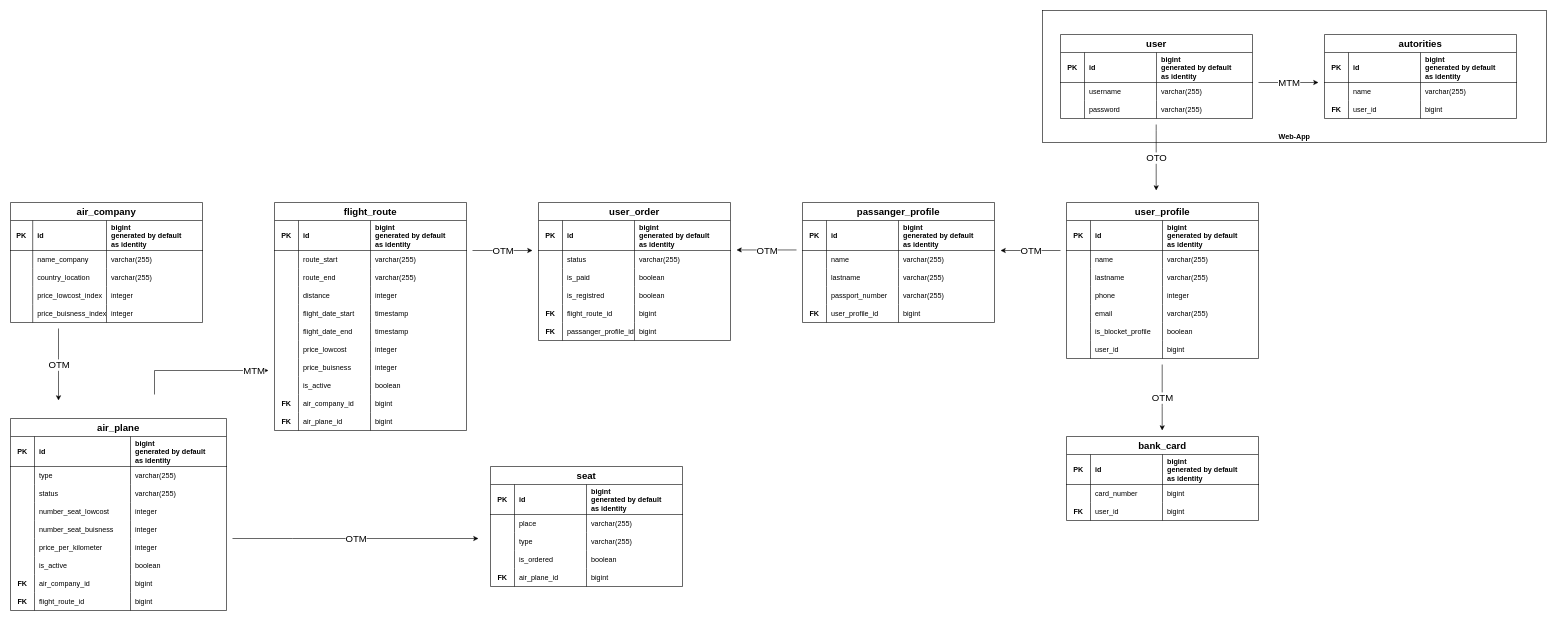
This is Untitled Diagram.drawio from anomalmishka/myProject, a draw.io file, before an edit. Source tidied: cells renumbered, new cells numbered last; positions are measured from the earlier drawing's top-left corner, leaving out a move shared by most shapes. Both pictures are drawn from the tidied source at 60%, with x=0, y=0 at pixel (10, 10).
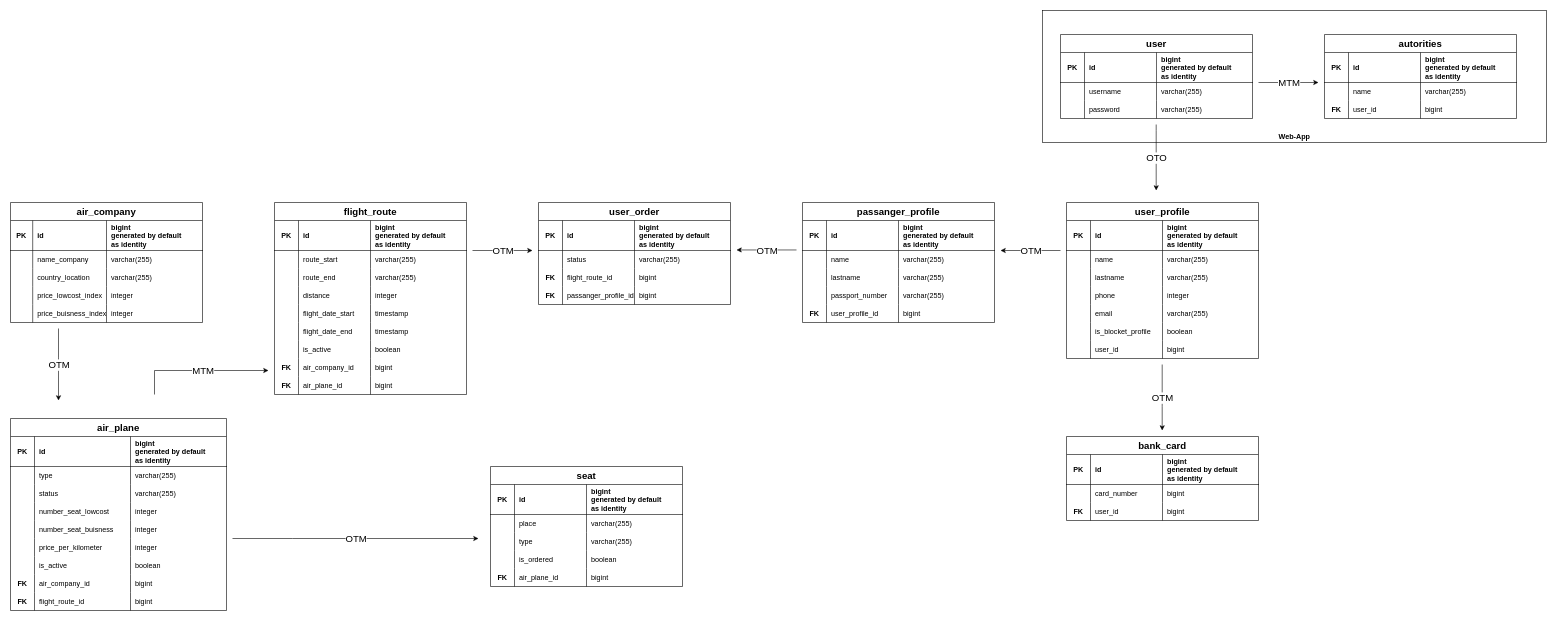
The same diagram, later.

The change refers to these unchanged cells:
```xml
<mxCell id="222" style="endArrow=classic;html=1;rounded=0;fontSize=16;edgeStyle=orthogonalEdgeStyle;" parent="1" edge="1">
  <mxGeometry relative="1" as="geometry">
    <mxPoint x="240" y="640" as="sourcePoint" />
    <mxPoint x="430" y="600" as="targetPoint" />
    <Array as="points">
      <mxPoint x="240" y="600" />
    </Array>
  </mxGeometry>
</mxCell>
```

The edit, as a diff of the source:
```diff
@@
     <mxCell id="105" value="flight_route" style="shape=table;startSize=30;childLayout=tableLayout;rowLines=0;fontStyle=1;align=center;fontSize=16;spacing=2;" parent="1" vertex="1">
-      <mxGeometry x="440" y="320" width="320" height="380" as="geometry" />
+      <mxGeometry x="440" y="320" width="320" height="320" as="geometry" />
     </mxCell>
@@
-    <mxCell id="130" style="shape=partialRectangle;fillColor=none;top=0;left=0;right=0;bottom=0;" parent="105" vertex="1">
-      <mxGeometry y="230" width="320" height="30" as="geometry" />
-    </mxCell>
-    <mxCell id="131" style="shape=partialRectangle;overflow=hidden;fillColor=none;top=0;left=0;bottom=0;right=0;fontStyle=1;" parent="130" vertex="1">
-      <mxGeometry width="40" height="30" as="geometry" />
-    </mxCell>
-    <mxCell id="132" value="price_lowcost" style="shape=partialRectangle;overflow=hidden;fillColor=none;top=0;left=0;bottom=0;right=0;align=left;spacingLeft=6;" parent="130" vertex="1">
-      <mxGeometry x="40" width="120" height="30" as="geometry" />
-    </mxCell>
-    <mxCell id="133" value="integer" style="shape=partialRectangle;overflow=hidden;fillColor=none;top=0;left=0;bottom=0;right=0;align=left;spacingLeft=6;" parent="130" vertex="1">
-      <mxGeometry x="160" width="160" height="30" as="geometry" />
-    </mxCell>
-    <mxCell id="134" style="shape=partialRectangle;fillColor=none;top=0;left=0;right=0;bottom=0;" parent="105" vertex="1">
-      <mxGeometry y="260" width="320" height="30" as="geometry" />
-    </mxCell>
-    <mxCell id="135" style="shape=partialRectangle;overflow=hidden;fillColor=none;top=0;left=0;bottom=0;right=0;fontStyle=1;" parent="134" vertex="1">
-      <mxGeometry width="40" height="30" as="geometry" />
-    </mxCell>
-    <mxCell id="136" value="price_buisness" style="shape=partialRectangle;overflow=hidden;fillColor=none;top=0;left=0;bottom=0;right=0;align=left;spacingLeft=6;" parent="134" vertex="1">
-      <mxGeometry x="40" width="120" height="30" as="geometry" />
-    </mxCell>
-    <mxCell id="137" value="integer" style="shape=partialRectangle;overflow=hidden;fillColor=none;top=0;left=0;bottom=0;right=0;align=left;spacingLeft=6;" parent="134" vertex="1">
-      <mxGeometry x="160" width="160" height="30" as="geometry" />
-    </mxCell>
     <mxCell id="138" style="shape=partialRectangle;fillColor=none;top=0;left=0;right=0;bottom=0;" parent="105" vertex="1">
-      <mxGeometry y="290" width="320" height="30" as="geometry" />
+      <mxGeometry y="230" width="320" height="30" as="geometry" />
     </mxCell>
@@
     <mxCell id="142" style="shape=partialRectangle;fillColor=none;top=0;left=0;right=0;bottom=0;" parent="105" vertex="1">
-      <mxGeometry y="320" width="320" height="30" as="geometry" />
+      <mxGeometry y="260" width="320" height="30" as="geometry" />
     </mxCell>
@@
     <mxCell id="146" style="shape=partialRectangle;fillColor=none;top=0;left=0;right=0;bottom=0;" parent="105" vertex="1">
-      <mxGeometry y="350" width="320" height="30" as="geometry" />
+      <mxGeometry y="290" width="320" height="30" as="geometry" />
     </mxCell>
@@
     <mxCell id="150" value="user_order" style="shape=table;startSize=30;childLayout=tableLayout;rowLines=0;fontStyle=1;align=center;fontSize=16;spacing=2;" parent="1" vertex="1">
-      <mxGeometry x="880" y="320" width="320" height="230" as="geometry" />
+      <mxGeometry x="880" y="320" width="320" height="170" as="geometry" />
     </mxCell>
@@
-    <mxCell id="159" style="shape=partialRectangle;fillColor=none;top=0;left=0;right=0;bottom=0;" parent="150" vertex="1">
-      <mxGeometry y="110" width="320" height="30" as="geometry" />
-    </mxCell>
-    <mxCell id="160" style="shape=partialRectangle;overflow=hidden;fillColor=none;top=0;left=0;bottom=0;right=0;" parent="159" vertex="1">
-      <mxGeometry width="40" height="30" as="geometry" />
-    </mxCell>
-    <mxCell id="161" value="is_paid" style="shape=partialRectangle;overflow=hidden;fillColor=none;top=0;left=0;bottom=0;right=0;align=left;spacingLeft=6;" parent="159" vertex="1">
-      <mxGeometry x="40" width="120" height="30" as="geometry" />
-    </mxCell>
-    <mxCell id="162" value="boolean" style="shape=partialRectangle;overflow=hidden;fillColor=none;top=0;left=0;bottom=0;right=0;align=left;spacingLeft=6;" parent="159" vertex="1">
-      <mxGeometry x="160" width="160" height="30" as="geometry" />
-    </mxCell>
-    <mxCell id="163" style="shape=partialRectangle;fillColor=none;top=0;left=0;right=0;bottom=0;" parent="150" vertex="1">
-      <mxGeometry y="140" width="320" height="30" as="geometry" />
-    </mxCell>
-    <mxCell id="164" style="shape=partialRectangle;overflow=hidden;fillColor=none;top=0;left=0;bottom=0;right=0;" parent="163" vertex="1">
-      <mxGeometry width="40" height="30" as="geometry" />
-    </mxCell>
-    <mxCell id="165" value="is_registred" style="shape=partialRectangle;overflow=hidden;fillColor=none;top=0;left=0;bottom=0;right=0;align=left;spacingLeft=6;" parent="163" vertex="1">
-      <mxGeometry x="40" width="120" height="30" as="geometry" />
-    </mxCell>
-    <mxCell id="166" value="boolean" style="shape=partialRectangle;overflow=hidden;fillColor=none;top=0;left=0;bottom=0;right=0;align=left;spacingLeft=6;" parent="163" vertex="1">
-      <mxGeometry x="160" width="160" height="30" as="geometry" />
-    </mxCell>
     <mxCell id="167" style="shape=partialRectangle;fillColor=none;top=0;left=0;right=0;bottom=0;" parent="150" vertex="1">
-      <mxGeometry y="170" width="320" height="30" as="geometry" />
+      <mxGeometry y="110" width="320" height="30" as="geometry" />
     </mxCell>
@@
     <mxCell id="171" style="shape=partialRectangle;fillColor=none;top=0;left=0;right=0;bottom=0;" parent="150" vertex="1">
-      <mxGeometry y="200" width="320" height="30" as="geometry" />
+      <mxGeometry y="140" width="320" height="30" as="geometry" />
     </mxCell>
@@
     <mxCell id="223" value="&lt;div&gt;MTM&lt;/div&gt;" style="edgeLabel;html=1;align=center;verticalAlign=middle;fontSize=16;" parent="222" vertex="1">
       <mxGeometry relative="1" as="geometry">
-        <mxPoint x="90" as="offset" />
+        <mxPoint x="5" as="offset" />
       </mxGeometry>
     </mxCell>
```
